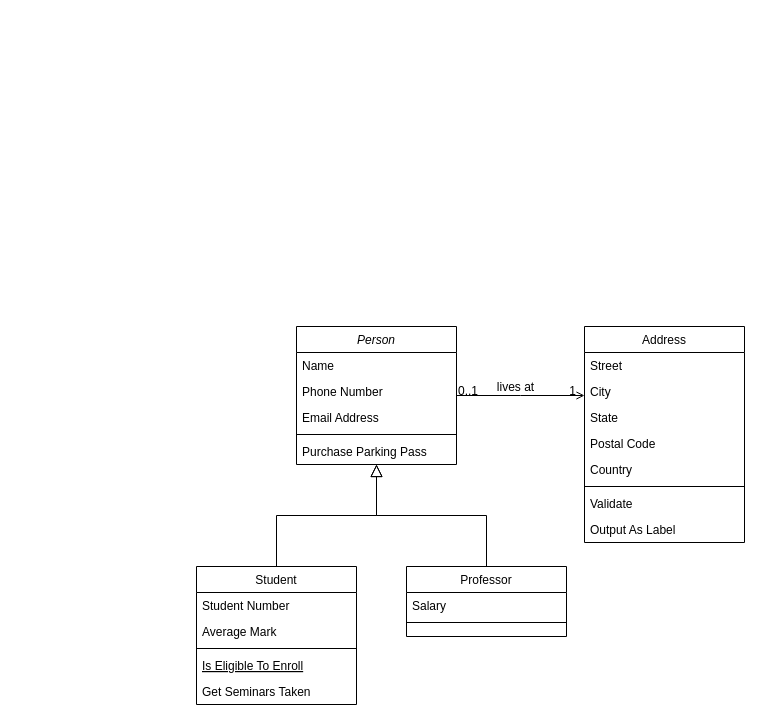
Earlier version of the draw.io diagram diagrams/WebExtraTask.drawio (vishIGOR/ExtraTaskForWeb). Source tidied: cells renumbered, new cells numbered last; positions are measured from the earlier drawing's top-left corner, leaving out a move shared by most shapes. Both pictures are drawn from the tidied source at 100%, with x=0, y=0 at pixel (196, 326).
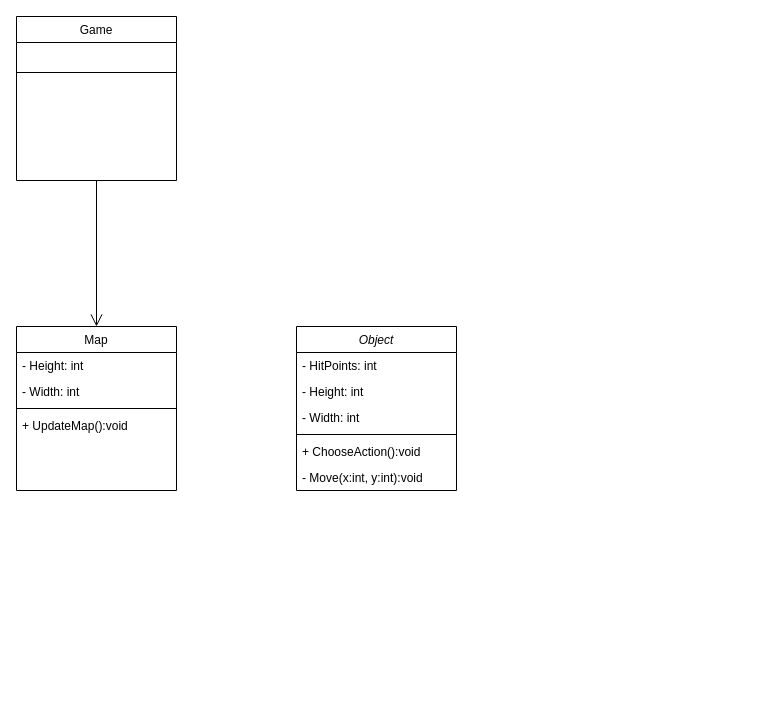
After the change.

The edit, as a diff of the source:
```diff
@@
-    <mxCell id="2" value="Person" style="swimlane;fontStyle=2;align=center;verticalAlign=top;horizontal=1;startSize=26;rounded=0;shadow=0;strokeWidth=1;" parent="1" vertex="1">
-      <mxGeometry x="100" width="160" height="138" as="geometry" />
+    <mxCell id="2" value="Object" style="swimlane;fontStyle=2;align=center;verticalAlign=top;horizontal=1;startSize=26;rounded=0;shadow=0;strokeWidth=1;" parent="1" vertex="1">
+      <mxGeometry x="100" width="160" height="164" as="geometry" />
     </mxCell>
-    <mxCell id="3" value="Name" style="text;align=left;verticalAlign=top;spacingLeft=4;spacingRight=4;overflow=hidden;" parent="2" vertex="1">
+    <mxCell id="3" value="- HitPoints: int" style="text;align=left;verticalAlign=top;spacingLeft=4;spacingRight=4;overflow=hidden;" parent="2" vertex="1">
       <mxGeometry y="26" width="160" height="26" as="geometry" />
     </mxCell>
-    <mxCell id="4" value="Phone Number" style="text;align=left;verticalAlign=top;spacingLeft=4;spacingRight=4;overflow=hidden;rounded=0;shadow=0;html=0;" parent="2" vertex="1">
+    <mxCell id="4" value="- Height: int" style="text;align=left;verticalAlign=top;spacingLeft=4;spacingRight=4;overflow=hidden;rounded=0;shadow=0;html=0;" parent="2" vertex="1">
       <mxGeometry y="52" width="160" height="26" as="geometry" />
     </mxCell>
-    <mxCell id="5" value="Email Address" style="text;align=left;verticalAlign=top;spacingLeft=4;spacingRight=4;overflow=hidden;rounded=0;shadow=0;html=0;" parent="2" vertex="1">
+    <mxCell id="5" value="- Width: int" style="text;align=left;verticalAlign=top;spacingLeft=4;spacingRight=4;overflow=hidden;rounded=0;shadow=0;html=0;" parent="2" vertex="1">
       <mxGeometry y="78" width="160" height="26" as="geometry" />
     </mxCell>
@@
-    <mxCell id="7" value="Purchase Parking Pass" style="text;align=left;verticalAlign=top;spacingLeft=4;spacingRight=4;overflow=hidden;" parent="2" vertex="1">
+    <mxCell id="7" value="+ ChooseAction():void " style="text;align=left;verticalAlign=top;spacingLeft=4;spacingRight=4;overflow=hidden;" parent="2" vertex="1">
       <mxGeometry y="112" width="160" height="26" as="geometry" />
     </mxCell>
-    <mxCell id="8" value="Student" style="swimlane;fontStyle=0;align=center;verticalAlign=top;horizontal=1;startSize=26;rounded=0;shadow=0;strokeWidth=1;" parent="1" vertex="1">
-      <mxGeometry y="240" width="160" height="138" as="geometry" />
-    </mxCell>
-    <mxCell id="9" value="Student Number" style="text;align=left;verticalAlign=top;spacingLeft=4;spacingRight=4;overflow=hidden;" parent="8" vertex="1">
-      <mxGeometry y="26" width="160" height="26" as="geometry" />
-    </mxCell>
-    <mxCell id="10" value="Average Mark" style="text;align=left;verticalAlign=top;spacingLeft=4;spacingRight=4;overflow=hidden;rounded=0;shadow=0;html=0;" parent="8" vertex="1">
-      <mxGeometry y="52" width="160" height="26" as="geometry" />
-    </mxCell>
+    <mxCell id="32" value="- Move(x:int, y:int):void " style="text;align=left;verticalAlign=top;spacingLeft=4;spacingRight=4;overflow=hidden;" parent="2" vertex="1">
+      <mxGeometry y="138" width="160" height="26" as="geometry" />
+    </mxCell>
+    <mxCell id="33" value="Map" style="swimlane;fontStyle=0;align=center;verticalAlign=top;horizontal=1;startSize=26;rounded=0;shadow=0;strokeWidth=1;" parent="1" vertex="1">
+      <mxGeometry x="-180" width="160" height="164" as="geometry" />
+    </mxCell>
+    <mxCell id="34" value="- Height: int" style="text;align=left;verticalAlign=top;spacingLeft=4;spacingRight=4;overflow=hidden;rounded=0;shadow=0;html=0;" parent="33" vertex="1">
+      <mxGeometry y="26" width="160" height="26" as="geometry" />
+    </mxCell>
+    <mxCell id="35" value="- Width: int" style="text;align=left;verticalAlign=top;spacingLeft=4;spacingRight=4;overflow=hidden;rounded=0;shadow=0;html=0;" parent="33" vertex="1">
+      <mxGeometry y="52" width="160" height="26" as="geometry" />
+    </mxCell>
-    <mxCell id="11" style="line;html=1;strokeWidth=1;align=left;verticalAlign=middle;spacingTop=-1;spacingLeft=3;spacingRight=3;labelPosition=right;" parent="8" vertex="1">
+    <mxCell id="11" style="line;html=1;strokeWidth=1;align=left;verticalAlign=middle;spacingTop=-1;spacingLeft=3;spacingRight=3;labelPosition=right;" parent="33" vertex="1">
       <mxGeometry y="78" width="160" height="8" as="geometry" />
     </mxCell>
-    <mxCell id="12" value="Is Eligible To Enroll" style="text;align=left;verticalAlign=top;spacingLeft=4;spacingRight=4;overflow=hidden;fontStyle=4;" parent="8" vertex="1">
-      <mxGeometry y="86" width="160" height="26" as="geometry" />
-    </mxCell>
-    <mxCell id="13" value="Get Seminars Taken" style="text;align=left;verticalAlign=top;spacingLeft=4;spacingRight=4;overflow=hidden;" parent="8" vertex="1">
-      <mxGeometry y="112" width="160" height="26" as="geometry" />
-    </mxCell>
-    <mxCell id="14" style="endArrow=block;endSize=10;endFill=0;shadow=0;strokeWidth=1;rounded=0;edgeStyle=elbowEdgeStyle;elbow=vertical;" parent="1" edge="1" source="8" target="2">
-      <mxGeometry relative="1" as="geometry" />
-    </mxCell>
-    <mxCell id="15" value="Professor" style="swimlane;fontStyle=0;align=center;verticalAlign=top;horizontal=1;startSize=26;rounded=0;shadow=0;strokeWidth=1;" parent="1" vertex="1">
-      <mxGeometry x="210" y="240" width="160" height="70" as="geometry" />
-    </mxCell>
-    <mxCell id="16" value="Salary" style="text;align=left;verticalAlign=top;spacingLeft=4;spacingRight=4;overflow=hidden;" parent="15" vertex="1">
-      <mxGeometry y="26" width="160" height="26" as="geometry" />
-    </mxCell>
+    <mxCell id="36" value="+ UpdateMap():void " style="text;align=left;verticalAlign=top;spacingLeft=4;spacingRight=4;overflow=hidden;" parent="33" vertex="1">
+      <mxGeometry y="86" width="160" height="26" as="geometry" />
+    </mxCell>
+    <mxCell id="37" style="edgeStyle=orthogonalEdgeStyle;rounded=0;jettySize=auto;html=1;endArrow=open;endFill=0;endSize=10;" parent="1" edge="1" source="38" target="33">
+      <mxGeometry relative="1" as="geometry" />
+    </mxCell>
+    <mxCell id="38" value="Game" style="swimlane;fontStyle=0;align=center;verticalAlign=top;horizontal=1;startSize=26;rounded=0;shadow=0;strokeWidth=1;" parent="1" vertex="1">
+      <mxGeometry x="-180" y="-310" width="160" height="164" as="geometry" />
+    </mxCell>
+    <mxCell id="39" value="   " style="text;align=left;verticalAlign=top;spacingLeft=4;spacingRight=4;overflow=hidden;rounded=0;shadow=0;html=0;" parent="38" vertex="1">
+      <mxGeometry y="26" width="160" height="26" as="geometry" />
+    </mxCell>
-    <mxCell id="17" style="line;html=1;strokeWidth=1;align=left;verticalAlign=middle;spacingTop=-1;spacingLeft=3;spacingRight=3;labelPosition=right;" parent="15" vertex="1">
+    <mxCell id="17" style="line;html=1;strokeWidth=1;align=left;verticalAlign=middle;spacingTop=-1;spacingLeft=3;spacingRight=3;labelPosition=right;" parent="38" vertex="1">
       <mxGeometry y="52" width="160" height="8" as="geometry" />
     </mxCell>
-    <mxCell id="18" style="endArrow=block;endSize=10;endFill=0;shadow=0;strokeWidth=1;rounded=0;edgeStyle=elbowEdgeStyle;elbow=vertical;" parent="1" edge="1" source="15" target="2">
-      <mxGeometry relative="1" as="geometry" />
-    </mxCell>
-    <mxCell id="19" value="Address" style="swimlane;fontStyle=0;align=center;verticalAlign=top;horizontal=1;startSize=26;rounded=0;shadow=0;strokeWidth=1;" parent="1" vertex="1">
-      <mxGeometry x="388" width="160" height="216" as="geometry" />
-    </mxCell>
-    <mxCell id="20" value="Street" style="text;align=left;verticalAlign=top;spacingLeft=4;spacingRight=4;overflow=hidden;" parent="19" vertex="1">
-      <mxGeometry y="26" width="160" height="26" as="geometry" />
-    </mxCell>
-    <mxCell id="21" value="City" style="text;align=left;verticalAlign=top;spacingLeft=4;spacingRight=4;overflow=hidden;rounded=0;shadow=0;html=0;" parent="19" vertex="1">
-      <mxGeometry y="52" width="160" height="26" as="geometry" />
-    </mxCell>
-    <mxCell id="22" value="State" style="text;align=left;verticalAlign=top;spacingLeft=4;spacingRight=4;overflow=hidden;rounded=0;shadow=0;html=0;" parent="19" vertex="1">
-      <mxGeometry y="78" width="160" height="26" as="geometry" />
-    </mxCell>
-    <mxCell id="23" value="Postal Code" style="text;align=left;verticalAlign=top;spacingLeft=4;spacingRight=4;overflow=hidden;rounded=0;shadow=0;html=0;" parent="19" vertex="1">
-      <mxGeometry y="104" width="160" height="26" as="geometry" />
-    </mxCell>
-    <mxCell id="24" value="Country" style="text;align=left;verticalAlign=top;spacingLeft=4;spacingRight=4;overflow=hidden;rounded=0;shadow=0;html=0;" parent="19" vertex="1">
-      <mxGeometry y="130" width="160" height="26" as="geometry" />
-    </mxCell>
-    <mxCell id="25" style="line;html=1;strokeWidth=1;align=left;verticalAlign=middle;spacingTop=-1;spacingLeft=3;spacingRight=3;labelPosition=right;" parent="19" vertex="1">
-      <mxGeometry y="156" width="160" height="8" as="geometry" />
-    </mxCell>
-    <mxCell id="26" value="Validate" style="text;align=left;verticalAlign=top;spacingLeft=4;spacingRight=4;overflow=hidden;" parent="19" vertex="1">
-      <mxGeometry y="164" width="160" height="26" as="geometry" />
-    </mxCell>
-    <mxCell id="27" value="Output As Label" style="text;align=left;verticalAlign=top;spacingLeft=4;spacingRight=4;overflow=hidden;" parent="19" vertex="1">
-      <mxGeometry y="190" width="160" height="26" as="geometry" />
-    </mxCell>
-    <mxCell id="28" style="endArrow=open;shadow=0;strokeWidth=1;rounded=0;endFill=1;edgeStyle=elbowEdgeStyle;elbow=vertical;" parent="1" edge="1" source="2" target="19">
-      <mxGeometry x="0.5" y="41" relative="1" as="geometry">
-        <mxPoint x="-40" y="32" as="offset" />
-      </mxGeometry>
-    </mxCell>
-    <mxCell id="29" value="0..1" style="align=left;verticalAlign=bottom;labelBackgroundColor=none;fontSize=12;" parent="28" vertex="1">
-      <mxGeometry x="-1" relative="1" as="geometry">
-        <mxPoint y="4" as="offset" />
-      </mxGeometry>
-    </mxCell>
-    <mxCell id="30" value="1" style="align=right;verticalAlign=bottom;labelBackgroundColor=none;fontSize=12;" parent="28" vertex="1">
-      <mxGeometry x="1" relative="1" as="geometry">
-        <mxPoint x="-7" y="4" as="offset" />
-      </mxGeometry>
-    </mxCell>
-    <mxCell id="31" value="lives at" style="text;html=1;align=center;verticalAlign=middle;labelBackgroundColor=none;rounded=0;shadow=0;strokeWidth=1;fontSize=12;" parent="28" vertex="1">
-      <mxGeometry x="0.5" y="49" relative="1" as="geometry">
-        <mxPoint x="-38" y="40" as="offset" />
-      </mxGeometry>
-    </mxCell>
```
